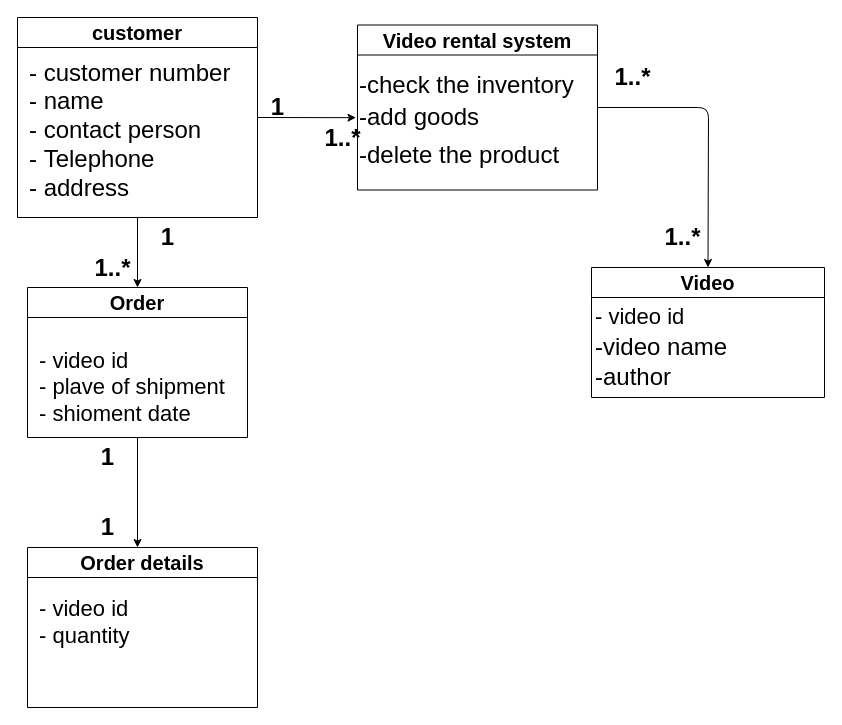
Above: page "初步類別圖" (1 of 3) of answer.drawio in as37470317/112-2Finalproject (draw.io), before the change. Source tidied: cells renumbered, new cells numbered last; positions are measured from the earlier drawing's top-left corner, leaving out a move shared by most shapes. Both pictures are drawn from the tidied source at 100%, with x=0, y=0 at pixel (17, 17).
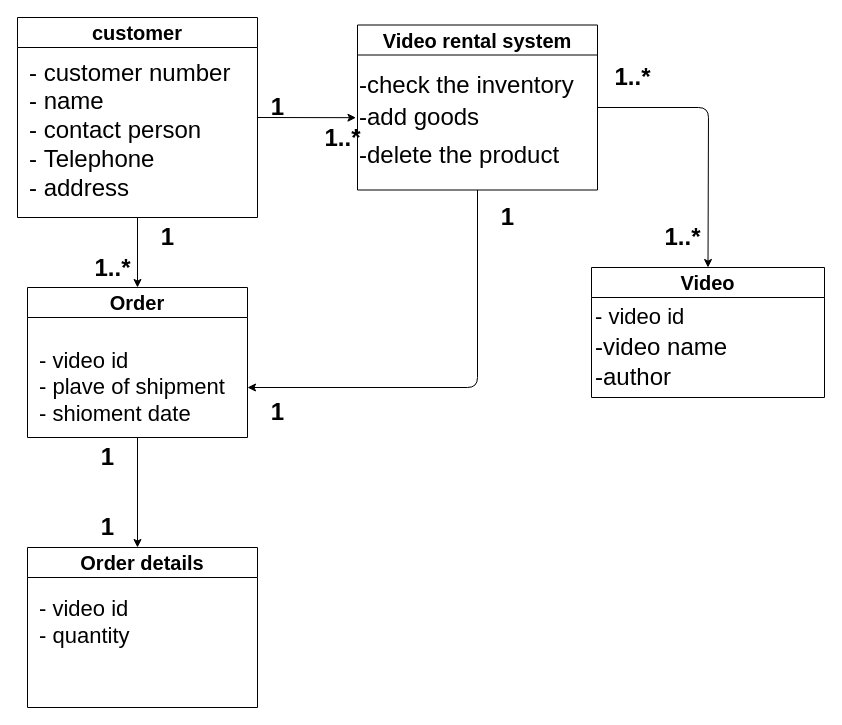
The same page after the edit.

The change refers to these unchanged cells:
```xml
<mxCell id="10" value="&lt;font style=&quot;&quot;&gt;&lt;span style=&quot;font-size: 22px;&quot;&gt;- video id&lt;/span&gt;&lt;/font&gt;&lt;font style=&quot;&quot;&gt;&lt;br&gt;&lt;span style=&quot;font-size: 22px;&quot;&gt;- plave of shipment&lt;br&gt;&lt;/span&gt;&lt;span style=&quot;font-size: 22px;&quot;&gt;- shioment date&lt;/span&gt;&lt;br&gt;&lt;/font&gt;" style="text;html=1;align=left;verticalAlign=middle;points=[];strokeColor=none;fillColor=none;" parent="9" vertex="1">
  <mxGeometry x="10" y="55" width="210" height="90" as="geometry" />
</mxCell>
<mxCell id="16" value="&lt;span style=&quot;font-size: 20px;&quot;&gt;Video rental system&lt;/span&gt;" style="swimlane;whiteSpace=wrap;html=1;startSize=30;" parent="1" vertex="1">
  <mxGeometry x="340" y="7.5" width="240" height="165" as="geometry" />
</mxCell>
```

Change to the diagram source:
```diff
@@
+    <mxCell id="28" style="edgeStyle=none;html=1;exitX=0.5;exitY=1;exitDx=0;exitDy=0;entryX=1;entryY=0.5;entryDx=0;entryDy=0;entryPerimeter=0;" parent="1" edge="1" source="16" target="10">
+      <mxGeometry relative="1" as="geometry">
+        <Array as="points">
+          <mxPoint x="460" y="370" />
+        </Array>
+      </mxGeometry>
+    </mxCell>
@@
+    <mxCell id="29" value="1" style="text;strokeColor=none;fillColor=none;html=1;fontSize=24;fontStyle=1;verticalAlign=middle;align=center;" parent="1" vertex="1">
+      <mxGeometry x="440" y="180" width="100" height="40" as="geometry" />
+    </mxCell>
+    <mxCell id="30" value="1" style="text;strokeColor=none;fillColor=none;html=1;fontSize=24;fontStyle=1;verticalAlign=middle;align=center;" parent="1" vertex="1">
+      <mxGeometry x="210" y="380" width="100" height="30" as="geometry" />
+    </mxCell>
```
